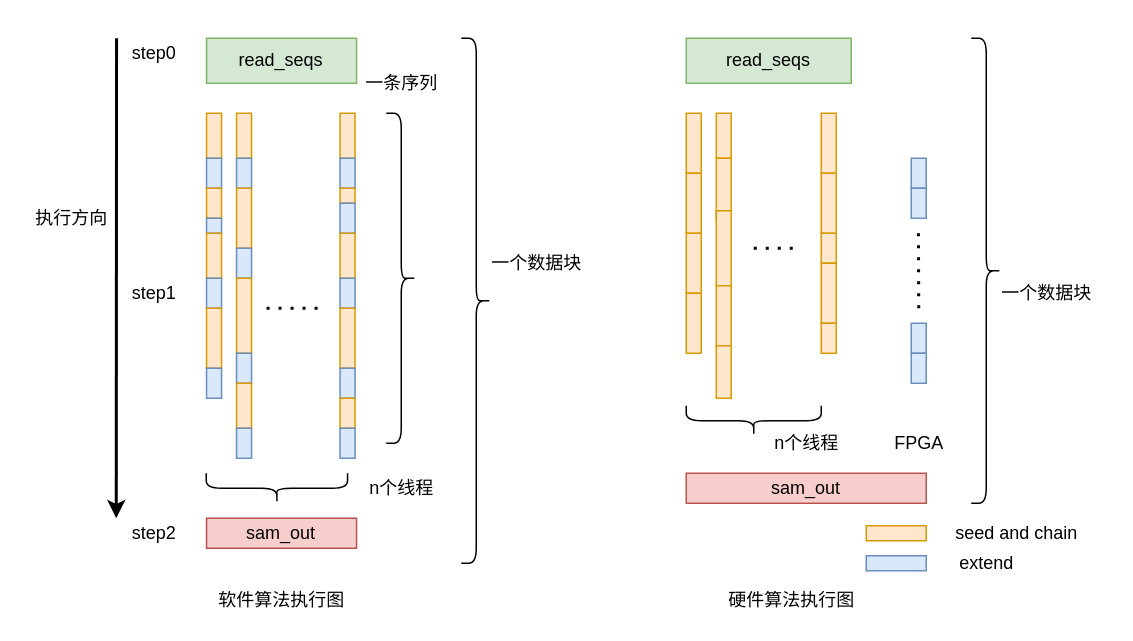
The draw.io diagram page "Page-21" (21 of 21) of FPGA_output.drawio in muguang123/drwaio, before the edit. Source tidied: cells renumbered, new cells numbered last; positions are measured from the earlier drawing's top-left corner, leaving out a move shared by most shapes. Both pictures are drawn from the tidied source at 150%, with x=0, y=0 at pixel (26, 38).
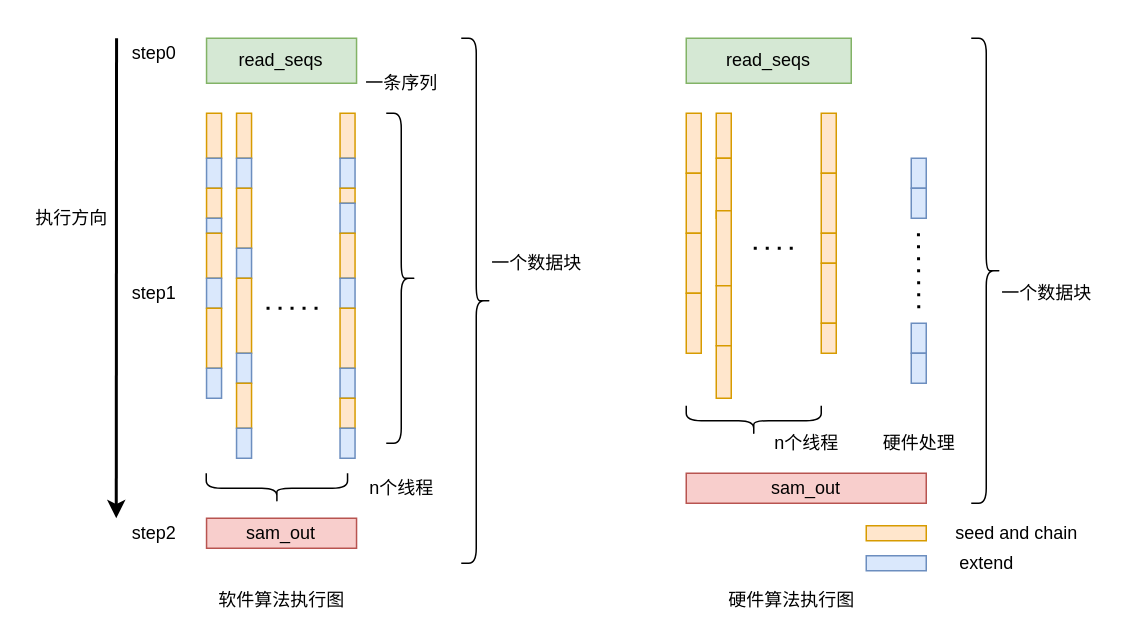
Above is the later version.

Diff of the diagram source:
```diff
@@
-    <mxCell id="43" value="FPGA" style="text;html=1;align=center;verticalAlign=middle;" parent="1" vertex="1">
-      <mxGeometry x="570" y="260" width="50" height="20" as="geometry" />
+    <mxCell id="43" value="硬件处理" style="text;html=1;align=center;verticalAlign=middle;" parent="1" vertex="1">
+      <mxGeometry x="565" y="260" width="60" height="20" as="geometry" />
     </mxCell>
```
